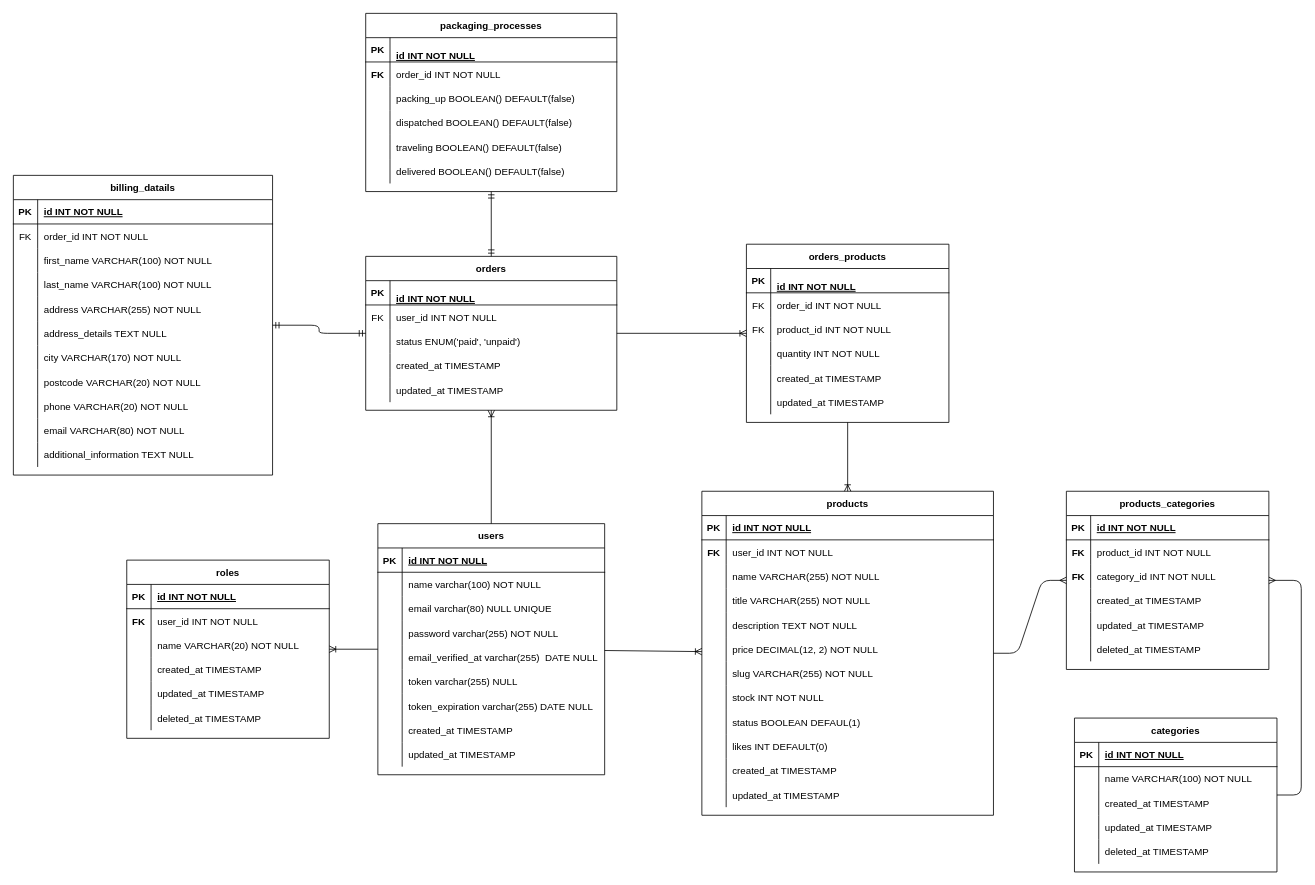
This is diagram_er.drawio from cristian2213/stac-tecnologias-sas-test, a draw.io file, before an edit. Source tidied: cells renumbered, new cells numbered last; positions are measured from the earlier drawing's top-left corner, leaving out a move shared by most shapes. Both pictures are drawn from the tidied source at 81%, with x=0, y=0 at pixel (13, 13).
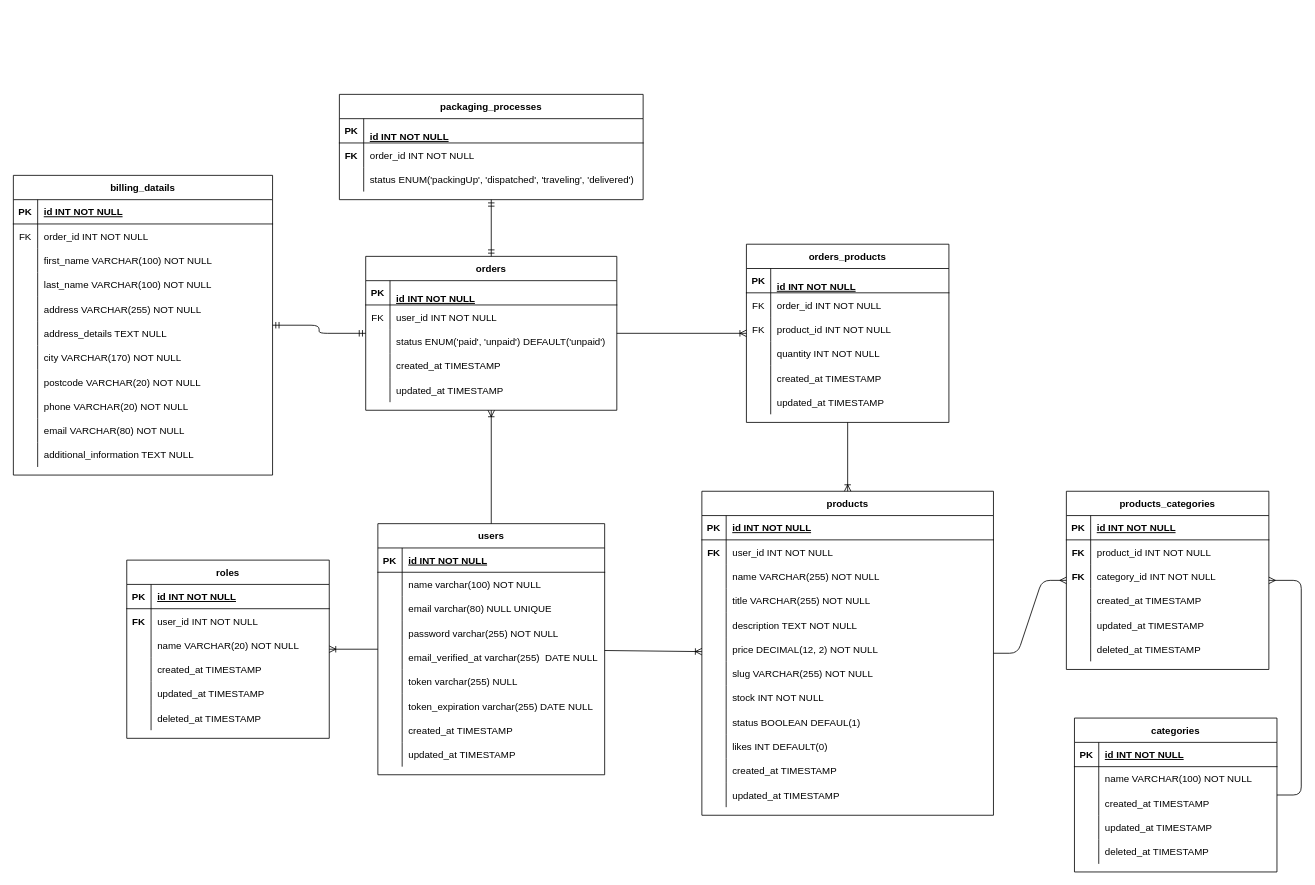
The same diagram, later.

Unchanged cells that the change refers to:
```xml
<mxCell id="132" style="shape=partialRectangle;fillColor=none;top=0;left=0;right=0;bottom=0;" parent="125" vertex="1">
  <mxGeometry y="90" width="310" height="30" as="geometry" />
</mxCell>
```

Diff of the diagram source:
```diff
@@
-    <mxCell id="134" value="status ENUM('paid', 'unpaid')" style="shape=partialRectangle;overflow=hidden;fillColor=none;top=0;left=0;bottom=0;right=0;align=left;spacingLeft=6;" parent="132" vertex="1">
+    <mxCell id="134" value="status ENUM('paid', 'unpaid') DEFAULT('unpaid')" style="shape=partialRectangle;overflow=hidden;fillColor=none;top=0;left=0;bottom=0;right=0;align=left;spacingLeft=6;" parent="132" vertex="1">
       <mxGeometry x="30" width="280" height="30" as="geometry" />
     </mxCell>
@@
     <mxCell id="198" value="packaging_processes" style="shape=table;startSize=30;childLayout=tableLayout;rowLines=0;fontStyle=1;align=center;" parent="1" vertex="1">
-      <mxGeometry x="435" width="310" height="220" as="geometry" />
+      <mxGeometry x="402.5" y="100" width="375" height="130" as="geometry" />
     </mxCell>
     <mxCell id="199" style="shape=partialRectangle;fillColor=none;top=0;left=0;right=0;bottom=1;" parent="198" vertex="1">
-      <mxGeometry y="30" width="310" height="30" as="geometry" />
+      <mxGeometry y="30" width="375" height="30" as="geometry" />
     </mxCell>
@@
     <mxCell id="201" value="&#10;id INT NOT NULL" style="shape=partialRectangle;overflow=hidden;fillColor=none;top=0;left=0;bottom=0;right=0;align=left;spacingLeft=6;fontStyle=5;" parent="199" vertex="1">
-      <mxGeometry x="30" width="280" height="30" as="geometry" />
+      <mxGeometry x="30" width="345" height="30" as="geometry" />
     </mxCell>
     <mxCell id="202" style="shape=partialRectangle;fillColor=none;top=0;left=0;right=0;bottom=0;" parent="198" vertex="1">
-      <mxGeometry y="60" width="310" height="30" as="geometry" />
+      <mxGeometry y="60" width="375" height="30" as="geometry" />
     </mxCell>
@@
     <mxCell id="204" value="order_id INT NOT NULL" style="shape=partialRectangle;overflow=hidden;fillColor=none;top=0;left=0;bottom=0;right=0;align=left;spacingLeft=6;" parent="202" vertex="1">
-      <mxGeometry x="30" width="280" height="30" as="geometry" />
+      <mxGeometry x="30" width="345" height="30" as="geometry" />
     </mxCell>
-    <mxCell id="205" style="shape=partialRectangle;fillColor=none;top=0;left=0;right=0;bottom=0;" parent="198" vertex="1">
-      <mxGeometry y="90" width="310" height="30" as="geometry" />
-    </mxCell>
-    <mxCell id="206" style="shape=partialRectangle;overflow=hidden;fillColor=none;top=0;left=0;bottom=0;right=0;" parent="205" vertex="1">
-      <mxGeometry width="30" height="30" as="geometry" />
-    </mxCell>
-    <mxCell id="207" value="packing_up BOOLEAN() DEFAULT(false) " style="shape=partialRectangle;overflow=hidden;fillColor=none;top=0;left=0;bottom=0;right=0;align=left;spacingLeft=6;" parent="205" vertex="1">
-      <mxGeometry x="30" width="280" height="30" as="geometry" />
-    </mxCell>
-    <mxCell id="208" style="shape=partialRectangle;fillColor=none;top=0;left=0;right=0;bottom=0;" parent="198" vertex="1">
-      <mxGeometry y="120" width="310" height="30" as="geometry" />
-    </mxCell>
-    <mxCell id="209" style="shape=partialRectangle;overflow=hidden;fillColor=none;top=0;left=0;bottom=0;right=0;" parent="208" vertex="1">
-      <mxGeometry width="30" height="30" as="geometry" />
-    </mxCell>
-    <mxCell id="210" value="dispatched BOOLEAN() DEFAULT(false) " style="shape=partialRectangle;overflow=hidden;fillColor=none;top=0;left=0;bottom=0;right=0;align=left;spacingLeft=6;" parent="208" vertex="1">
-      <mxGeometry x="30" width="280" height="30" as="geometry" />
-    </mxCell>
-    <mxCell id="211" style="shape=partialRectangle;fillColor=none;top=0;left=0;right=0;bottom=0;" parent="198" vertex="1">
-      <mxGeometry y="150" width="310" height="30" as="geometry" />
-    </mxCell>
-    <mxCell id="212" style="shape=partialRectangle;overflow=hidden;fillColor=none;top=0;left=0;bottom=0;right=0;" parent="211" vertex="1">
-      <mxGeometry width="30" height="30" as="geometry" />
-    </mxCell>
-    <mxCell id="213" value="traveling BOOLEAN() DEFAULT(false) " style="shape=partialRectangle;overflow=hidden;fillColor=none;top=0;left=0;bottom=0;right=0;align=left;spacingLeft=6;" parent="211" vertex="1">
-      <mxGeometry x="30" width="280" height="30" as="geometry" />
-    </mxCell>
-    <mxCell id="214" style="shape=partialRectangle;fillColor=none;top=0;left=0;right=0;bottom=0;" parent="198" vertex="1">
-      <mxGeometry y="180" width="310" height="30" as="geometry" />
-    </mxCell>
-    <mxCell id="215" style="shape=partialRectangle;overflow=hidden;fillColor=none;top=0;left=0;bottom=0;right=0;" parent="214" vertex="1">
-      <mxGeometry width="30" height="30" as="geometry" />
-    </mxCell>
-    <mxCell id="216" value="delivered BOOLEAN() DEFAULT(false) " style="shape=partialRectangle;overflow=hidden;fillColor=none;top=0;left=0;bottom=0;right=0;align=left;spacingLeft=6;" parent="214" vertex="1">
-      <mxGeometry x="30" width="280" height="30" as="geometry" />
-    </mxCell>
+    <mxCell id="218" style="shape=partialRectangle;fillColor=none;top=0;left=0;right=0;bottom=0;" parent="198" vertex="1">
+      <mxGeometry y="90" width="375" height="30" as="geometry" />
+    </mxCell>
+    <mxCell id="219" style="shape=partialRectangle;overflow=hidden;fillColor=none;top=0;left=0;bottom=0;right=0;fontStyle=1;" parent="218" vertex="1">
+      <mxGeometry width="30" height="30" as="geometry" />
+    </mxCell>
+    <mxCell id="220" value="status ENUM('packingUp', 'dispatched', 'traveling', 'delivered')" style="shape=partialRectangle;overflow=hidden;fillColor=none;top=0;left=0;bottom=0;right=0;align=left;spacingLeft=6;" parent="218" vertex="1">
+      <mxGeometry x="30" width="345" height="30" as="geometry" />
+    </mxCell>
```
